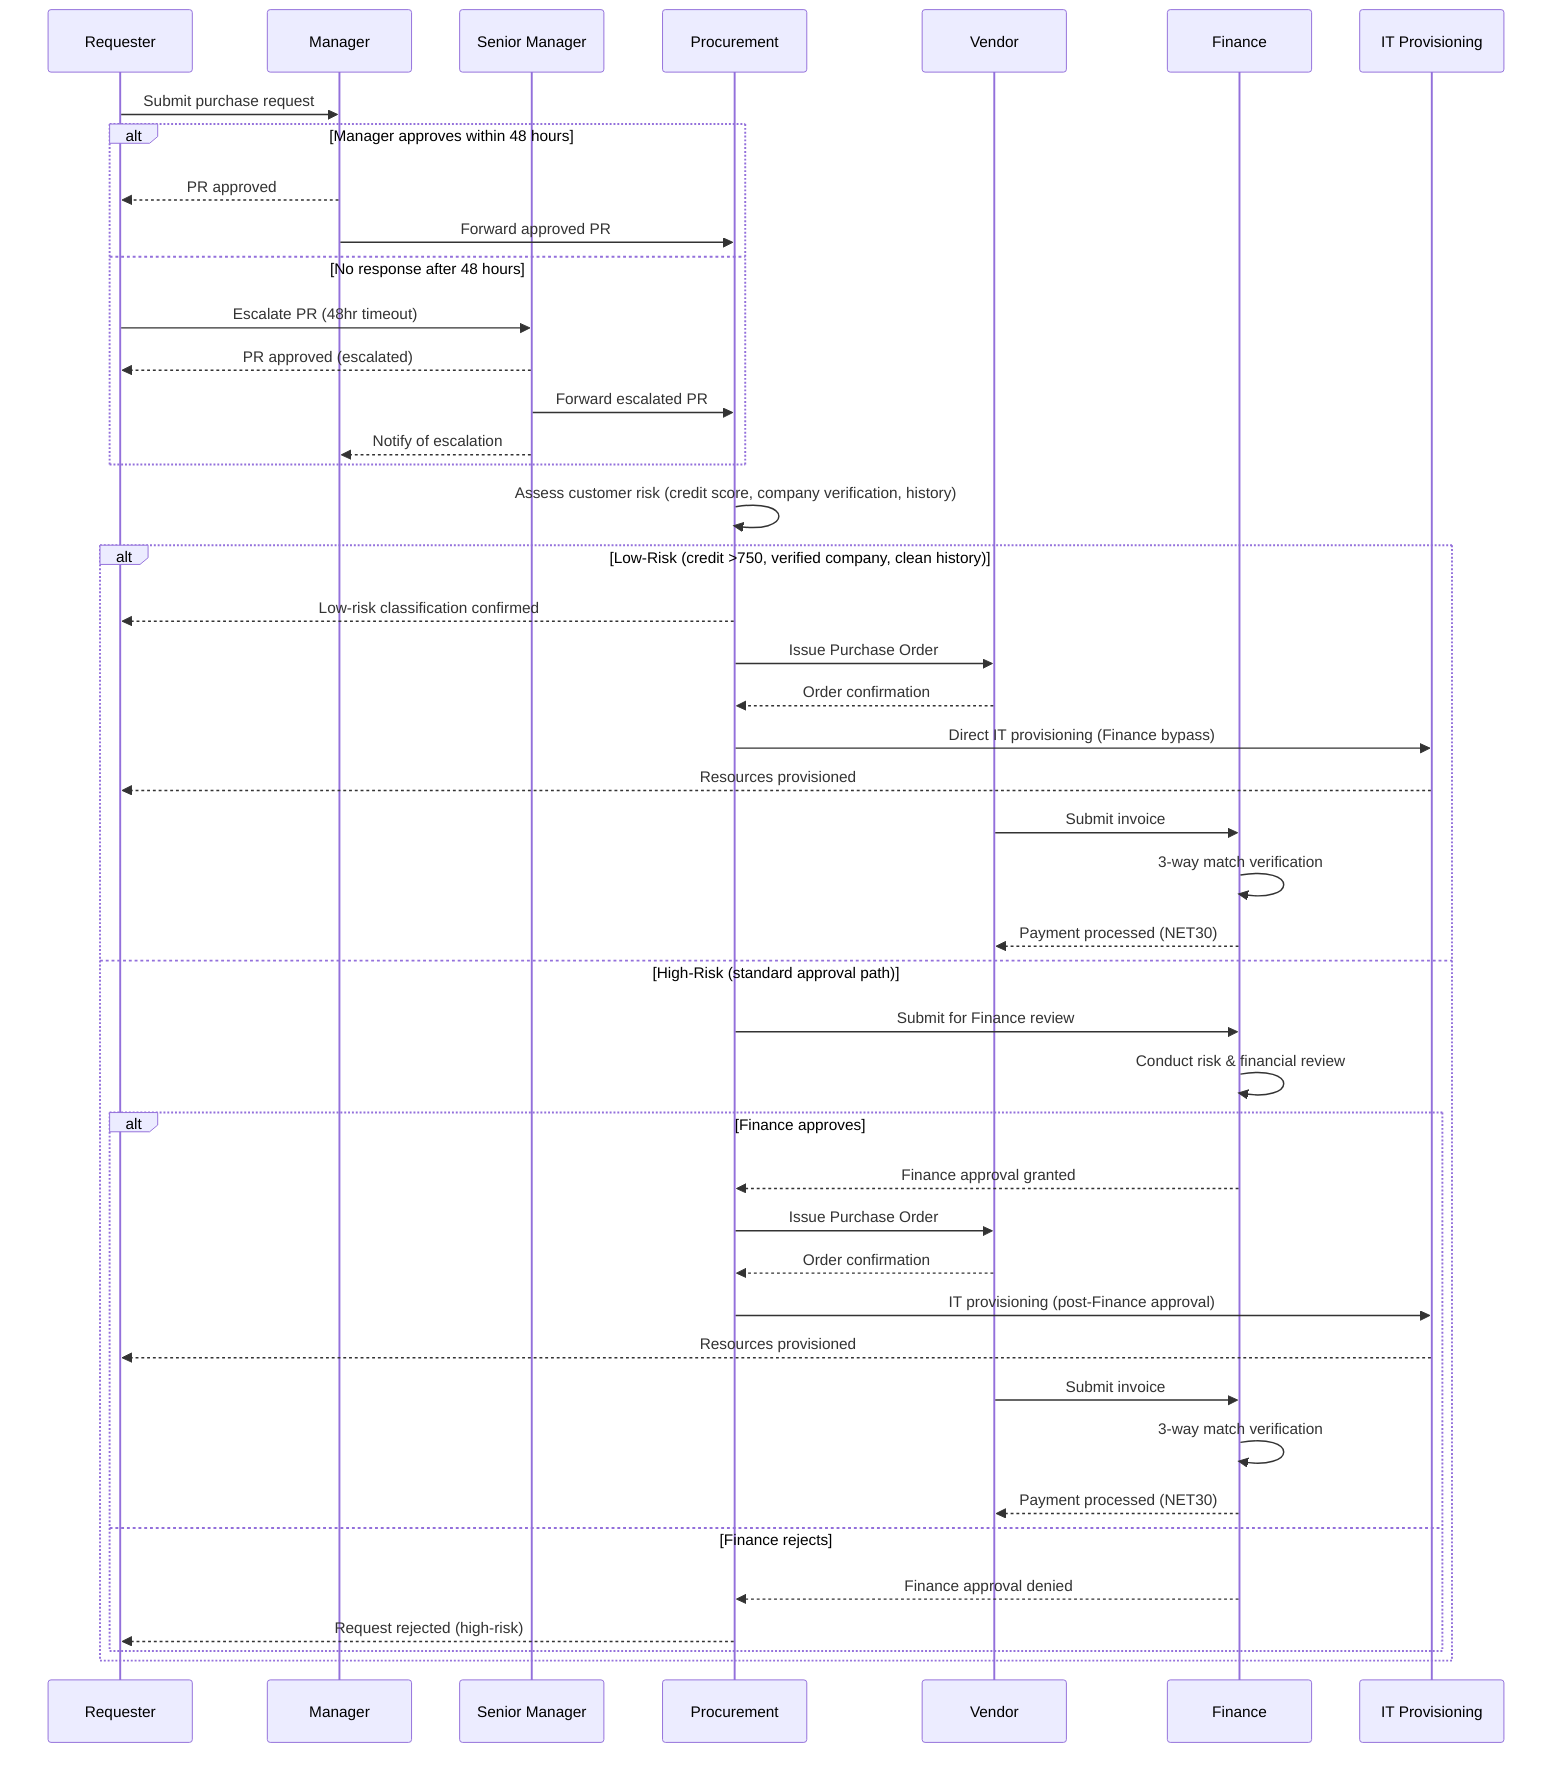
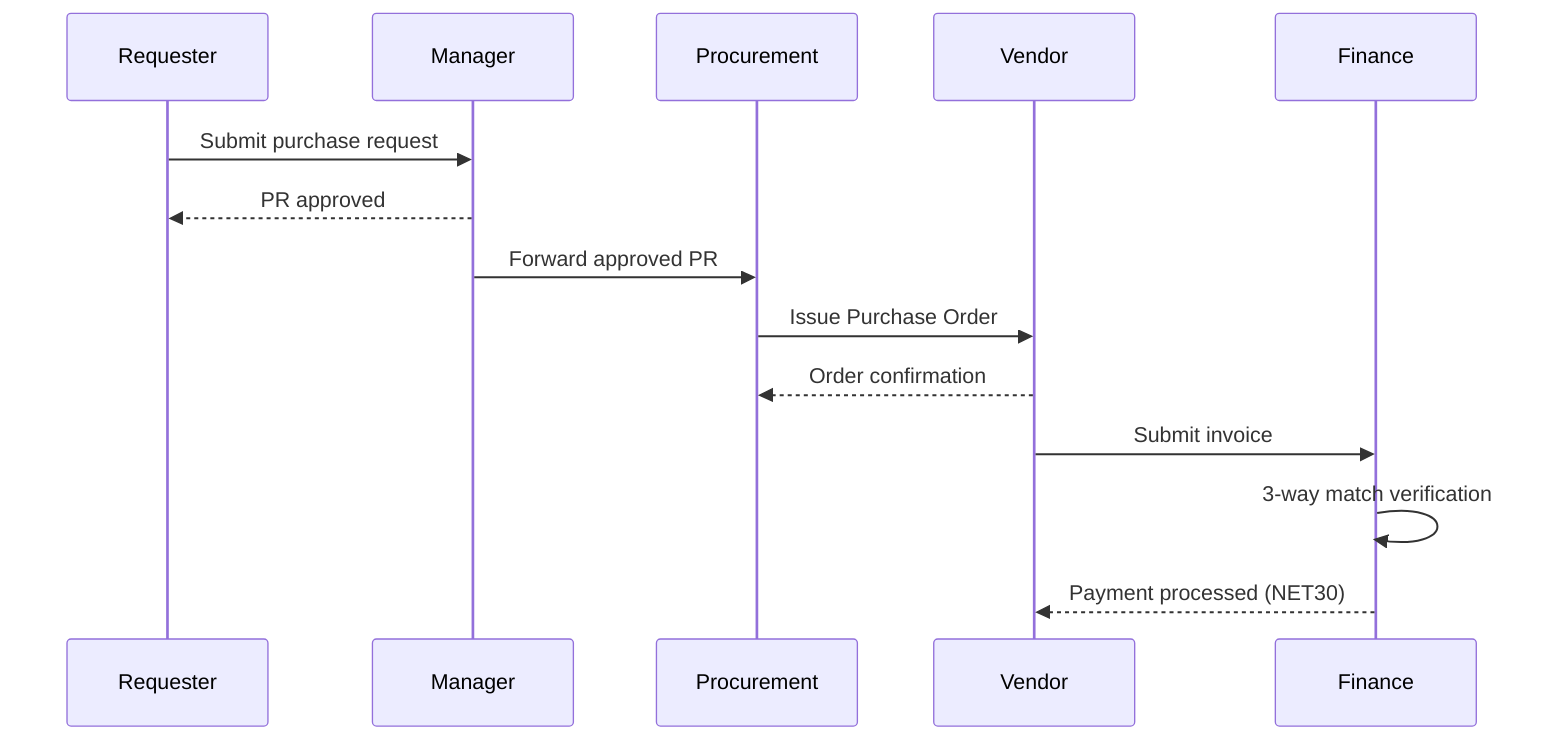
sequenceDiagram
    participant R as Requester
    participant M as Manager
-     participant SM as Senior Manager
    participant P as Procurement
    participant V as Vendor
    participant F as Finance
-     participant IT as IT Provisioning

    R->>M: Submit purchase request
-     alt Manager approves within 48 hours
-         M-->>R: PR approved
-         M->>P: Forward approved PR
-     else No response after 48 hours
-         R->>SM: Escalate PR (48hr timeout)
-         SM-->>R: PR approved (escalated)
-         SM->>P: Forward escalated PR
-         SM-->>M: Notify of escalation
-     end
- 
-     %% ⚡ CHANGED SECTION - Risk-based onboarding: low-risk bypasses Finance, high-risk requires Finance review
-     P->>P: Assess customer risk (credit score, company verification, history)
-     alt Low-Risk (credit >750, verified company, clean history)
-         P-->>R: Low-risk classification confirmed
-         P->>V: Issue Purchase Order
-         V-->>P: Order confirmation
-         P->>IT: Direct IT provisioning (Finance bypass)
-         IT-->>R: Resources provisioned
-         V->>F: Submit invoice
-         F->>F: 3-way match verification
-         F-->>V: Payment processed (NET30)
-     else High-Risk (standard approval path)
-         P->>F: Submit for Finance review
-         F->>F: Conduct risk & financial review
-         alt Finance approves
-             F-->>P: Finance approval granted
-             P->>V: Issue Purchase Order
-             V-->>P: Order confirmation
-             P->>IT: IT provisioning (post-Finance approval)
-             IT-->>R: Resources provisioned
-             V->>F: Submit invoice
-             F->>F: 3-way match verification
-             F-->>V: Payment processed (NET30)
-         else Finance rejects
-             F-->>P: Finance approval denied
-             P-->>R: Request rejected (high-risk)
-         end
-     end
-     %% ⚡ END CHANGED SECTION+     M-->>R: PR approved
+     M->>P: Forward approved PR
+     P->>V: Issue Purchase Order
+     V-->>P: Order confirmation
+     V->>F: Submit invoice
+     F->>F: 3-way match verification
+     F-->>V: Payment processed (NET30)